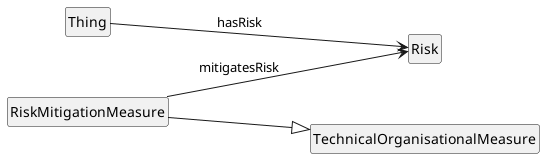
jeswr/dpv keeps this PlantUML diagram as media/overview_Risk.png. Above is the earlier version. The source it was exported from:
```plantuml
@startuml
!include style.plantuml
left to right direction

class Thing
class Risk
class RiskMitigationMeasure
class TechnicalOrganisationalMeasure

RiskMitigationMeasure --|> TechnicalOrganisationalMeasure
RiskMitigationMeasure --> Risk : mitigatesRisk
Thing --> Risk : hasRisk

@enduml
```
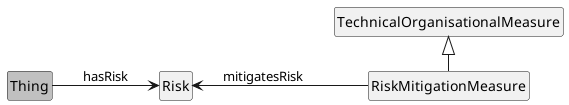
After the commit.

Diff of the diagram source:
```diff
@@ -2,13 +2,13 @@
 !include style.plantuml
 left to right direction
 
-class Thing
+class Thing #silver
 class Risk
 class RiskMitigationMeasure
 class TechnicalOrganisationalMeasure
 
-RiskMitigationMeasure --|> TechnicalOrganisationalMeasure
-RiskMitigationMeasure --> Risk : mitigatesRisk
+TechnicalOrganisationalMeasure <|- RiskMitigationMeasure
+Risk <-- RiskMitigationMeasure : mitigatesRisk
 Thing --> Risk : hasRisk
 
 @enduml
```
